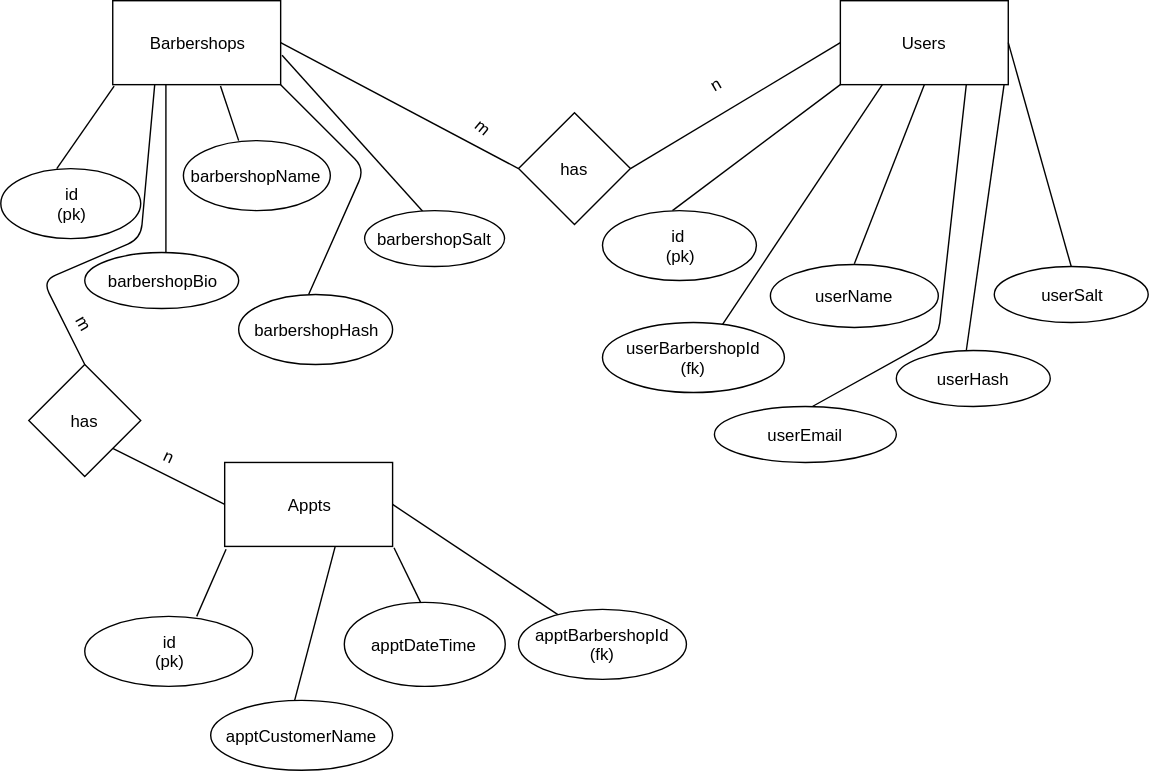
Above: epic/barbershop-erd.svg in djackreuter/barbershop (draw.io), before the change. Source tidied: cells renumbered, new cells last; positions are measured from the earlier drawing's top-left corner, leaving out a move shared by most shapes.
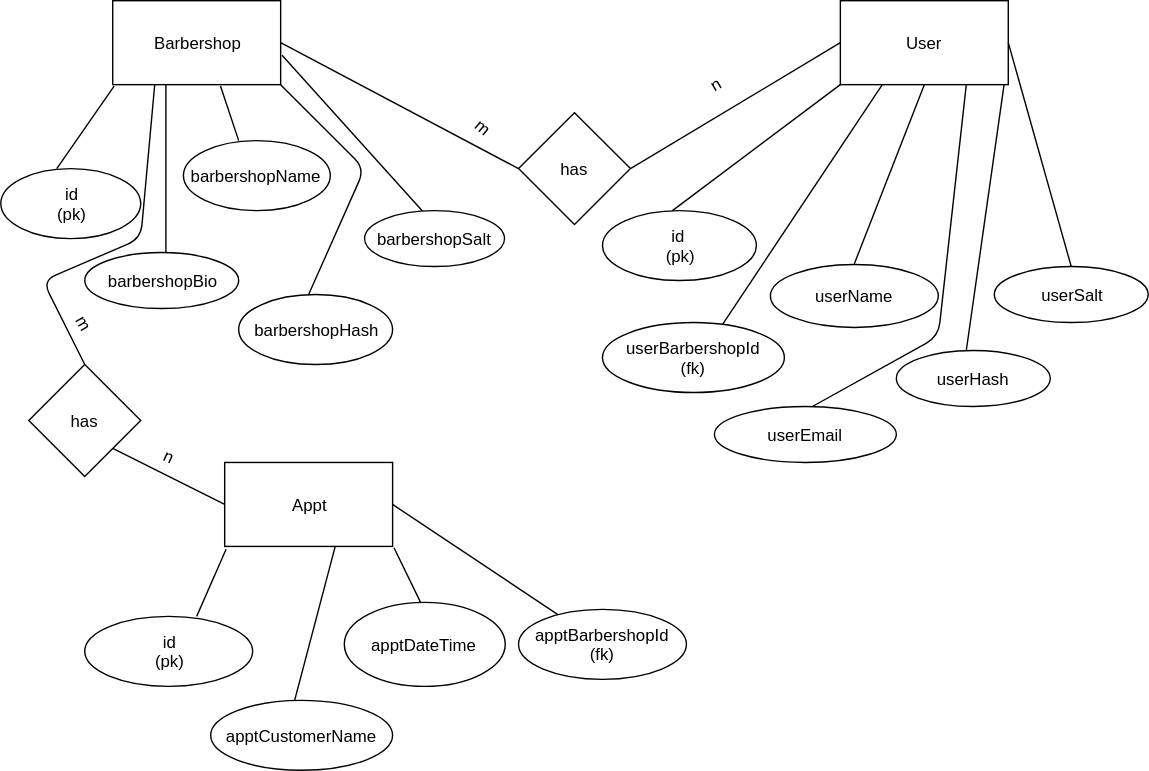
Above is the later version.

What changed in the source:
```diff
@@ -2,7 +2,7 @@
   <root>
     <mxCell id="0" />
     <mxCell id="1" parent="0" />
-    <mxCell id="2" value="Barbershops" style="rounded=0;whiteSpace=wrap;html=1;" parent="1" vertex="1">
+    <mxCell id="2" value="Barbershop" style="rounded=0;whiteSpace=wrap;html=1;" parent="1" vertex="1">
       <mxGeometry x="80" width="120" height="60" as="geometry" />
     </mxCell>
     <mxCell id="3" style="endArrow=none;html=1;entryX=0.008;entryY=1.017;entryPerimeter=0;" parent="1" edge="1" target="2">
@@ -59,7 +59,7 @@
     <mxCell id="15" style="endArrow=none;html=1;entryX=1;entryY=0.5;exitX=0;exitY=0.5;" parent="1" edge="1" source="16" target="14">
       <mxGeometry relative="1" as="geometry" />
     </mxCell>
-    <mxCell id="16" value="Users" style="rounded=0;whiteSpace=wrap;html=1;" parent="1" vertex="1">
+    <mxCell id="16" value="User" style="rounded=0;whiteSpace=wrap;html=1;" parent="1" vertex="1">
       <mxGeometry x="600" width="120" height="60" as="geometry" />
     </mxCell>
     <mxCell id="17" value="m" style="text;html=1;strokeColor=none;fillColor=none;align=center;verticalAlign=middle;whiteSpace=wrap;rotation=40;" parent="1" vertex="1">
@@ -131,7 +131,7 @@
         <mxPoint x="160" y="360" as="sourcePoint" />
       </mxGeometry>
     </mxCell>
-    <mxCell id="34" value="Appts" style="rounded=0;whiteSpace=wrap;html=1;" parent="1" vertex="1">
+    <mxCell id="34" value="Appt" style="rounded=0;whiteSpace=wrap;html=1;" parent="1" vertex="1">
       <mxGeometry x="160" y="330" width="120" height="60" as="geometry" />
     </mxCell>
     <mxCell id="35" value="m" style="text;html=1;strokeColor=none;fillColor=none;align=center;verticalAlign=middle;whiteSpace=wrap;rotation=60;" parent="1" vertex="1">
```
